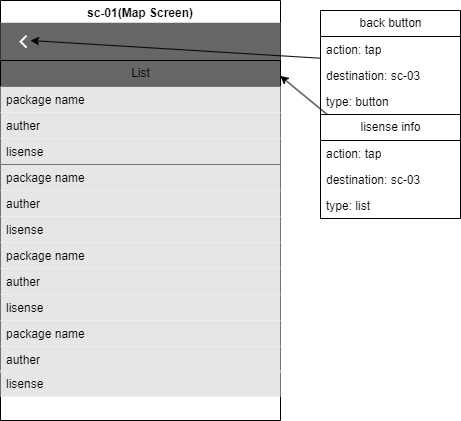
This is documents/diagrams/screens/sc-04.drawio.png from OMEGA-himajin/ask-map, a draw.io export, as it was before one commit. Source tidied: cells renumbered, new cells last; positions are measured from the earlier drawing's top-left corner, leaving out a move shared by most shapes.
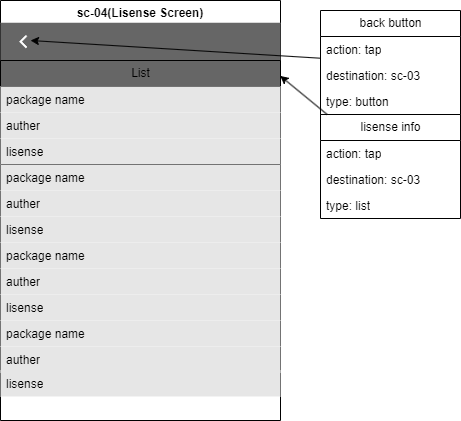
Above is the later version.

Diff of the diagram source:
```diff
@@ -2,7 +2,7 @@
   <root>
     <mxCell id="0" />
     <mxCell id="1" parent="0" />
-    <mxCell id="2" value="sc-01(Map Screen)" style="swimlane;strokeColor=#000000;" parent="1" vertex="1">
+    <mxCell id="2" value="sc-04(Lisense Screen)" style="swimlane;strokeColor=#000000;" parent="1" vertex="1">
       <mxGeometry width="280" height="420" as="geometry" />
     </mxCell>
     <mxCell id="3" value="&lt;font color=&quot;#000000&quot;&gt;package name&lt;/font&gt;" style="text;strokeColor=none;fillColor=#E6E6E6;align=left;verticalAlign=top;spacingLeft=4;spacingRight=4;overflow=hidden;whiteSpace=wrap;html=1;" parent="2" vertex="1">
```
